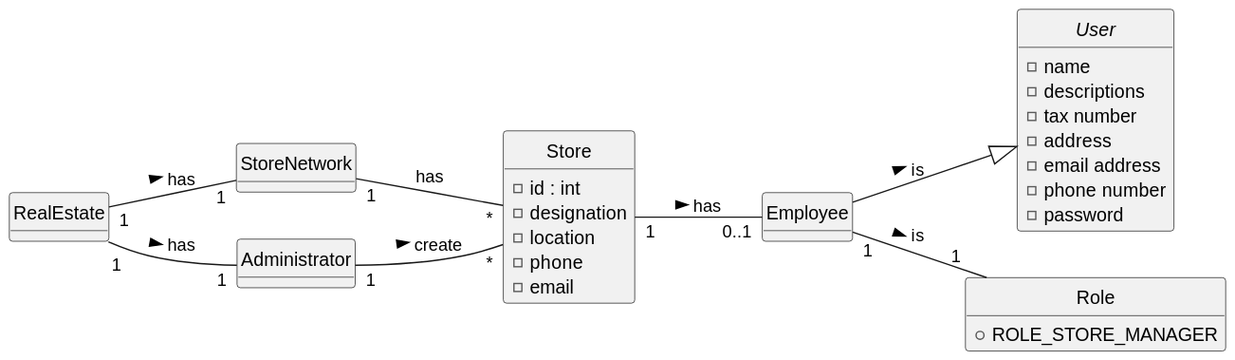
Earlier version of the PlantUML export lei-22-s2-1do-g68/docs/sprintA/us005/02.analysis/svg/us005-DomainModel.svg (hugosilva2901/lei-22-s2-1DO-g68). Source of this version:
```plantuml
@startuml
skinparam monochrome true
skinparam packageStyle rectangle
skinparam shadowing false

left to right direction


hide circle
hide methods

class RealEstate{

}
abstract class User{
   - name
   - descriptions
  -  tax number
  -  address
  -  email address
  -  phone number
  -  password
}
class StoreNetwork{
}

class Store {
    - id : int
    - designation
    - location
    - phone
    - email
}
class Administrator{
}

class Employee {
}
enum Role{
    + ROLE_STORE_MANAGER
}
StoreNetwork "1"--"*" Store : has
Store "1"--"0..1" Employee : has  >
Employee "1"--"1" Role : is >
Employee --|> User : is >

RealEstate "1"--"1" Administrator:has >
RealEstate "1"--"1" StoreNetwork :has >
Administrator "1"--"*" Store : create >
@enduml
```
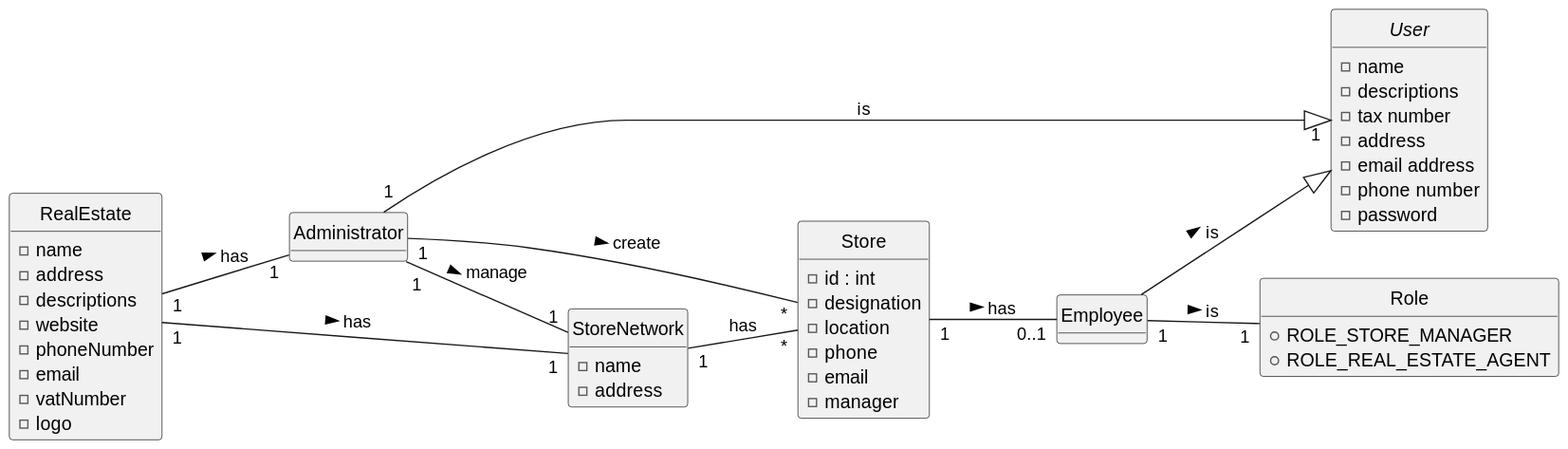
Later version of the same file.

What changed in the source:
```diff
@@ -10,6 +10,14 @@
 hide methods
 
 class RealEstate{
+   - name
+   - address
+   - descriptions
+   - website
+   - phoneNumber
+   - email
+   - vatNumber
+   - logo
 
 }
 abstract class User{
@@ -22,6 +30,8 @@
   -  password
 }
 class StoreNetwork{
+    - name
+    - address
 }
 
 class Store {
@@ -30,6 +40,7 @@
     - location
     - phone
     - email
+    - manager
 }
 class Administrator{
 }
@@ -38,6 +49,7 @@
 }
 enum Role{
     + ROLE_STORE_MANAGER
+    + ROLE_REAL_ESTATE_AGENT
 }
 StoreNetwork "1"--"*" Store : has
 Store "1"--"0..1" Employee : has  >
@@ -47,4 +59,6 @@
 RealEstate "1"--"1" Administrator:has >
 RealEstate "1"--"1" StoreNetwork :has >
 Administrator "1"--"*" Store : create >
+Administrator "1"--"1" StoreNetwork : manage >
+Administrator "1"-|>"1" User : is
 @enduml
```
